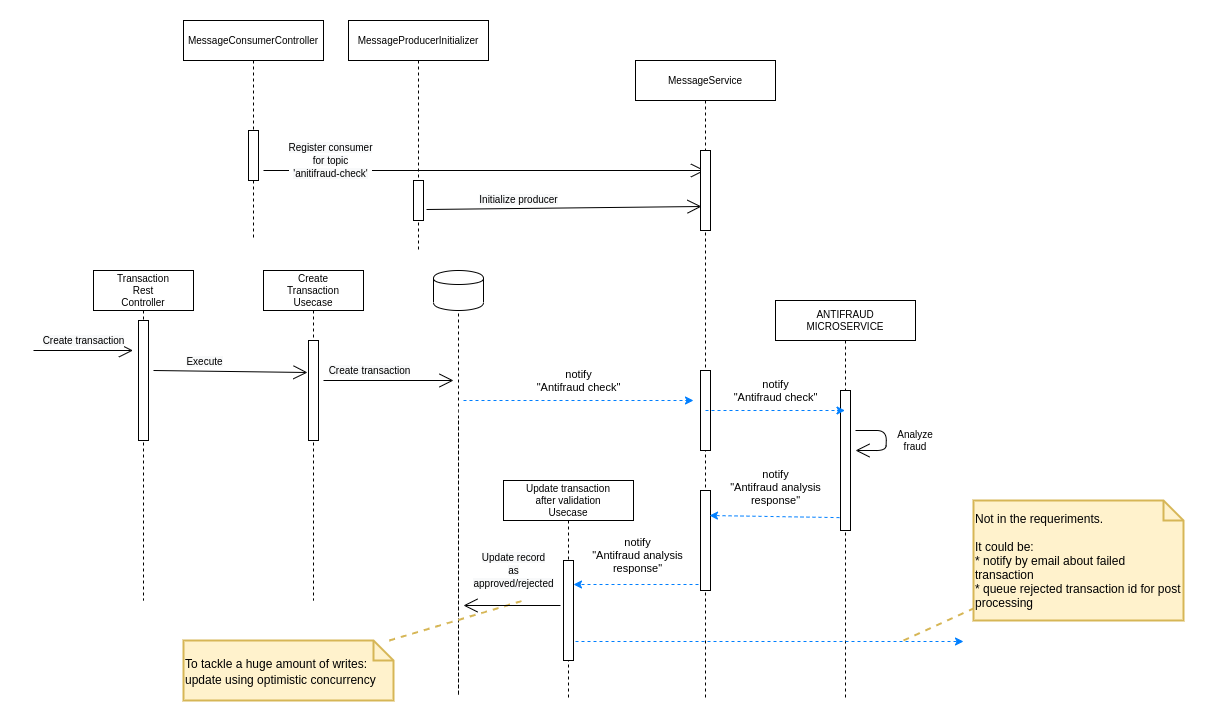
Before: images/transaction-microservice-detailed-sequence-diagram.png, a diagram exported from draw.io (yaperos/app-nodejs-codechallenge). Source tidied: cells renumbered, new cells last; positions are measured from the earlier drawing's top-left corner, leaving out a move shared by most shapes.
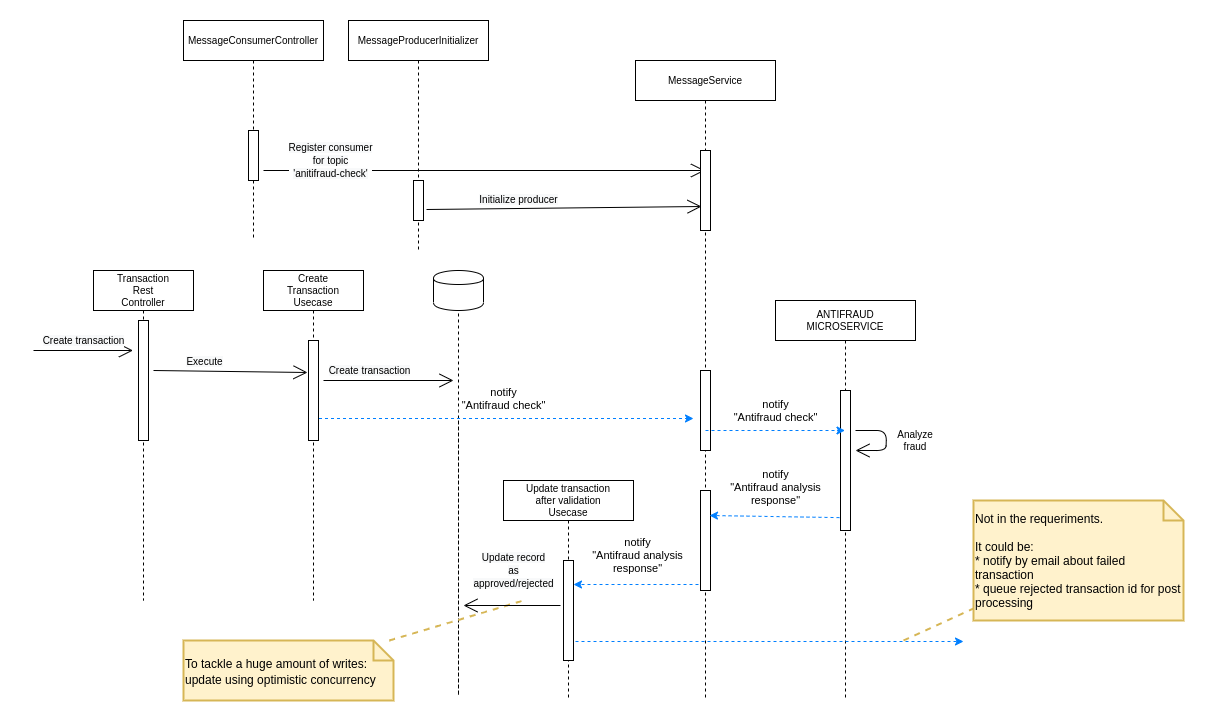
The same file after the commit.

Commit message:
updated detailed diagram

Change to the diagram source:
```diff
@@ -31,10 +31,10 @@
         <mxPoint x="230" y="150" as="sourcePoint" />
       </mxGeometry>
     </mxCell>
-    <mxCell id="9" value="notify&lt;br&gt;&quot;Antifraud check&quot;" style="endArrow=classic;html=1;dashed=1;exitX=1.2;exitY=0.45;exitDx=0;exitDy=0;exitPerimeter=0;strokeColor=#007FFF;" parent="1" edge="1">
+    <mxCell id="9" value="notify&lt;br&gt;&quot;Antifraud check&quot;" style="endArrow=classic;html=1;dashed=1;strokeColor=#007FFF;" parent="1" edge="1">
       <mxGeometry y="20" relative="1" as="geometry">
-        <mxPoint x="430" y="380" as="sourcePoint" />
-        <mxPoint x="660" y="380" as="targetPoint" />
+        <mxPoint x="279.5" y="398" as="sourcePoint" />
+        <mxPoint x="660" y="398" as="targetPoint" />
       </mxGeometry>
     </mxCell>
     <mxCell id="10" value="Analyze fraud" style="text;html=1;strokeColor=none;fillColor=none;align=center;verticalAlign=middle;whiteSpace=wrap;rounded=0;fontSize=10;" parent="1" vertex="1">
@@ -110,9 +110,10 @@
     <mxCell id="27" style="html=1;points=[];perimeter=orthogonalPerimeter;" parent="26" vertex="1">
       <mxGeometry x="65" y="90" width="10" height="140" as="geometry" />
     </mxCell>
-    <mxCell id="28" value="notify&lt;br&gt;&quot;Antifraud check&quot;" style="endArrow=classic;html=1;dashed=1;strokeColor=#007FFF;" parent="1" edge="1" target="26">
+    <mxCell id="28" value="notify&lt;br&gt;&quot;Antifraud check&quot;" style="endArrow=classic;html=1;dashed=1;strokeColor=#007FFF;" parent="1" edge="1">
       <mxGeometry y="20" relative="1" as="geometry">
-        <mxPoint x="672" y="390" as="sourcePoint" />
+        <mxPoint x="672" y="410" as="sourcePoint" />
+        <mxPoint x="811.5" y="410" as="targetPoint" />
       </mxGeometry>
     </mxCell>
     <mxCell id="29" value="notify&lt;br&gt;&quot;Antifraud analysis&lt;br&gt;response&quot;" style="endArrow=classic;html=1;dashed=1;strokeColor=#007FFF;entryX=0.9;entryY=0.25;entryDx=0;entryDy=0;entryPerimeter=0;exitX=-0.1;exitY=0.908;exitDx=0;exitDy=0;exitPerimeter=0;" parent="1" edge="1" source="27" target="18">
```
